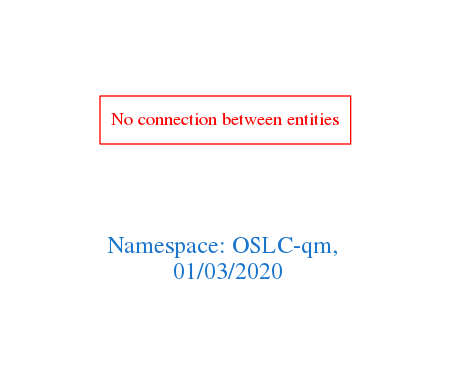
The Graphviz diagram downloads/OSLC-qm.png in arago/OGIT, before a commit. Its source is kept beside it as downloads/OSLC-qm.dot.
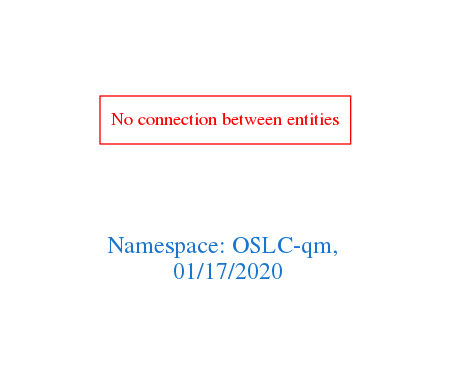
The same diagram one commit later.

Diff of the diagram source:
```diff
@@ -1,7 +1,7 @@
 digraph OGIT_ontology {
  graph [ rankdir= LR,pad=1
 fontsize = 18,
-fontcolor= dodgerblue3,label = "\n\n\nNamespace: OSLC-qm, \n 01/03/2020"];
+fontcolor= dodgerblue3,label = "\n\n\nNamespace: OSLC-qm, \n 01/17/2020"];
 node[shape=polygon];
 edge [  color="gray81"];
 
```
